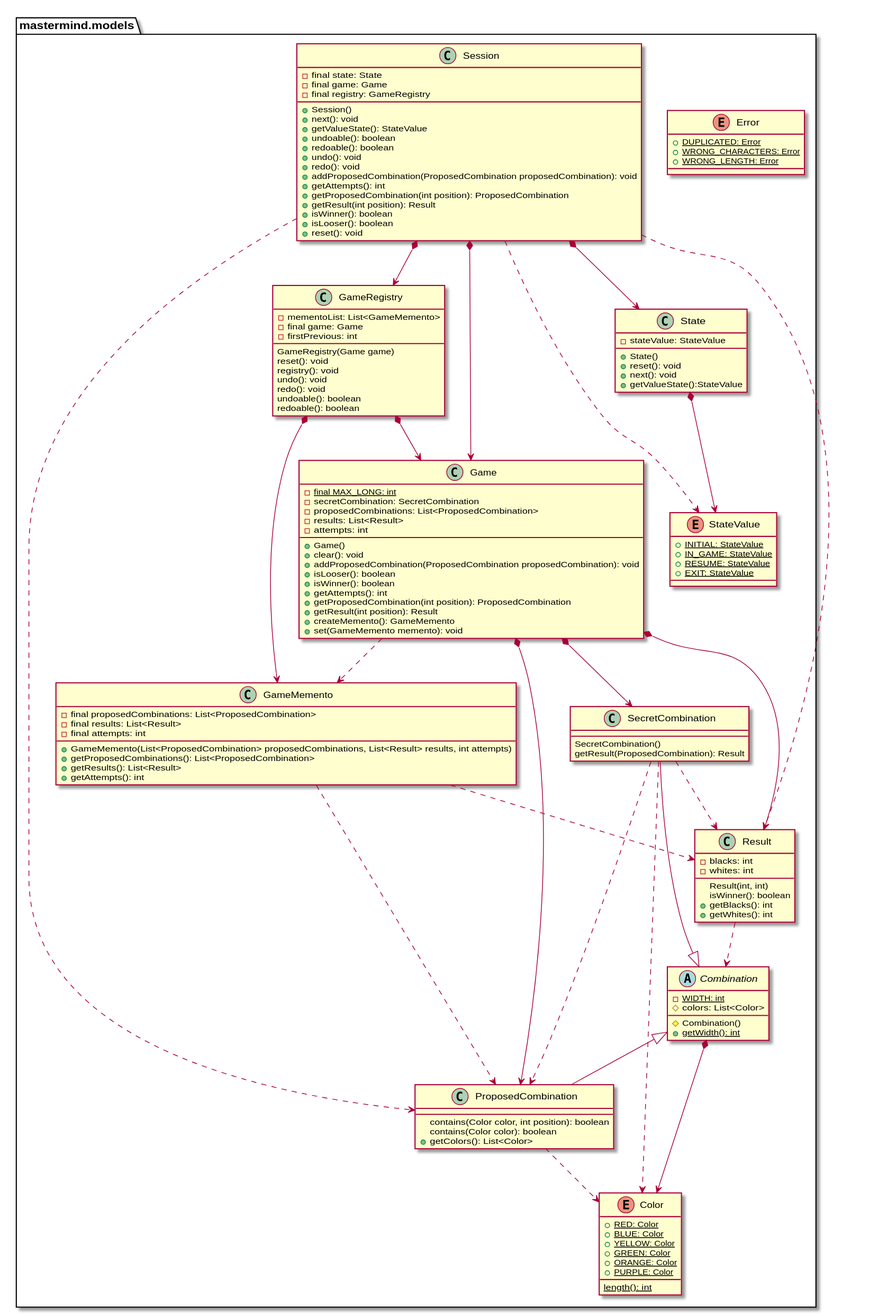
Before: docs/build/docs/asciidoc/images/paqueteMastermindModel.svg, a diagram exported from PlantUML (amartinm82/mastermind).
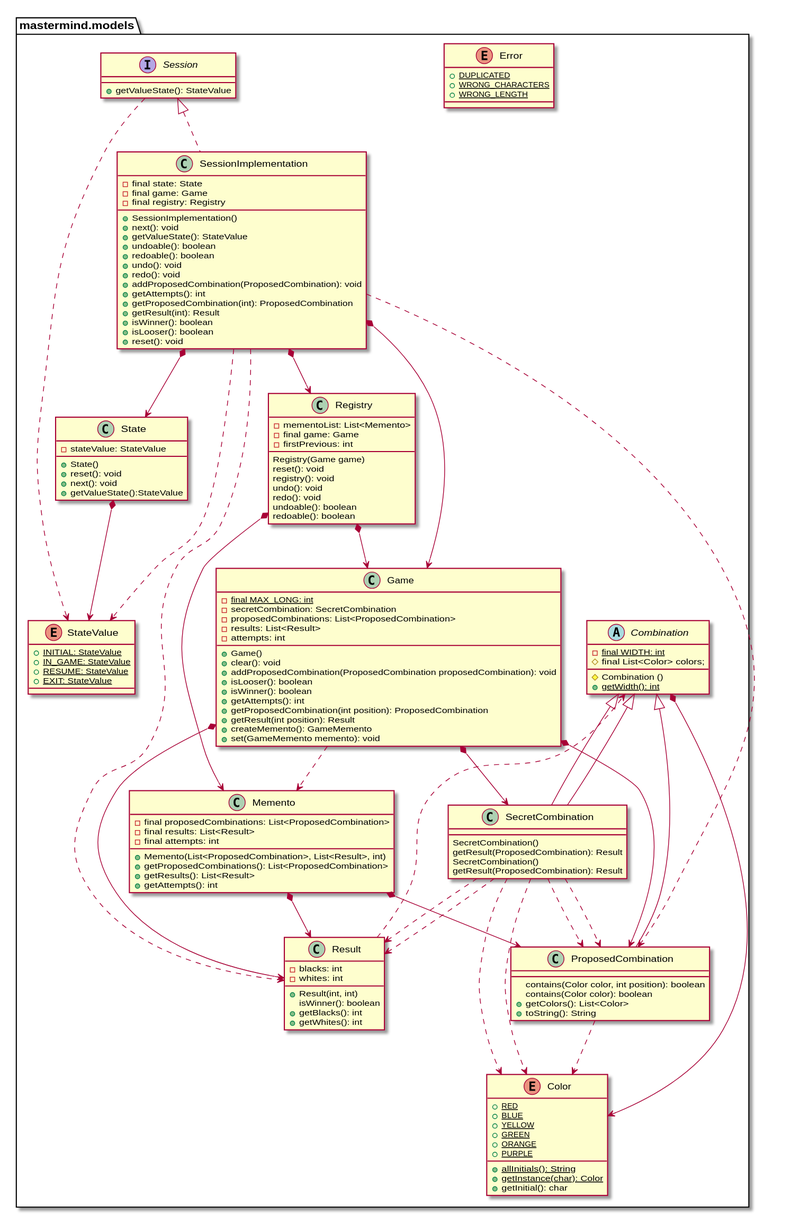
Above is the later version.

Diff of the diagram source:
```diff
@@ -1,155 +1,166 @@
 @startuml
 
-enum mastermind.models.Color{
-+ {static} RED: Color
-+ {static} BLUE: Color
-+ {static} YELLOW: Color
-+ {static} GREEN: Color
-+ {static} ORANGE: Color
-+ {static} PURPLE: Color
-{static} length(): int
+namespace mastermind.models {
+
+    enum Color {
+        {static} +RED
+        {static} +BLUE
+        {static} +YELLOW
+        {static} +GREEN
+        {static} +ORANGE
+        {static} +PURPLE
+        {static} +allInitials(): String
+        {static} +getInstance(char): Color
+        +getInitial(): char
+    }
+
+    abstract class Combination {
+        - {static} final WIDTH: int
+        # final List<Color> colors;
+
+        # Combination ()
+        + {static} getWidth(): int
+    }
+    Combination *--> Color
+
+    enum Error {
+        {static} +DUPLICATED
+        {static} +WRONG_CHARACTERS
+        {static} +WRONG_LENGTH
+    }
+
+    class  Game{
+        - {static} final MAX_LONG: int
+        - secretCombination: SecretCombination
+        - proposedCombinations: List<ProposedCombination>
+        - results: List<Result>
+        - attempts: int
+        + Game()
+        + clear(): void
+        + addProposedCombination(ProposedCombination proposedCombination): void
+        + isLooser(): boolean
+        + isWinner(): boolean
+        + getAttempts(): int
+        + getProposedCombination(int position): ProposedCombination
+        + getResult(int position): Result
+        + createMemento(): GameMemento
+        + set(GameMemento memento): void
+    }
+    Game *-down-> SecretCombination
+    Game *-down-> Result
+    Game *-down-> ProposedCombination
+    Game .down.> Memento
+
+    class Memento {
+        - final proposedCombinations: List<ProposedCombination>
+        - final results: List<Result>
+        - final attempts: int
+
+        +Memento(List<ProposedCombination>, List<Result>, int)
+        +getProposedCombinations(): List<ProposedCombination>
+        +getResults(): List<Result>
+        +getAttempts(): int
+    }
+    Memento *-down-> Result
+    Memento *-down-> ProposedCombination
+
+    class ProposedCombination extends Combination {
+        contains(Color color, int position): boolean
+        contains(Color color): boolean
+        + getColors(): List<Color>
+        + toString(): String
+    }
+    ProposedCombination .down.> Color
+
+    class Registry {
+        - mementoList: List<Memento>
+        - final game: Game
+        - firstPrevious: int
+
+        Registry(Game game)
+        reset(): void
+        registry(): void
+        undo(): void
+        redo(): void
+        undoable(): boolean
+        redoable(): boolean
+    }
+    Registry *--> Memento
+    Registry *--> Game
+
+    class mastermind.models.Result{
+        - blacks: int
+        - whites: int
+        + Result(int, int)
+        isWinner(): boolean
+        + getBlacks(): int
+        + getWhites(): int
+    }
+    Result .down.> Combination
+
+    class SecretCombination extends Combination{
+        SecretCombination()
+        getResult(ProposedCombination): Result
+    }
+    SecretCombination .down.> Result
+    SecretCombination .down.> ProposedCombination
+    SecretCombination .down.> Color
+
+    interface Session {
+        + getValueState(): StateValue
+    }
+    Session ..> StateValue
+
+    class SessionImplementation implements Session{
+        - final state: State
+        - final game: Game
+        - final registry: Registry
+
+        + SessionImplementation()
+        +next(): void
+        +getValueState(): StateValue
+        +undoable(): boolean
+        +redoable(): boolean
+        +undo(): void
+        +redo(): void
+        +addProposedCombination(ProposedCombination): void
+        +getAttempts(): int
+        +getProposedCombination(int): ProposedCombination
+        +getResult(int): Result
+        +isWinner(): boolean
+        +isLooser(): boolean
+        +reset(): void
+    }
+    SessionImplementation *--> State
+    SessionImplementation *--> Game
+    SessionImplementation *--> Registry
+    SessionImplementation ..> StateValue
+    SessionImplementation ..> ProposedCombination
+    SessionImplementation ..> Result
+
+    class mastermind.models.State {
+        - stateValue: StateValue
+        + State()
+        + reset(): void
+        + next(): void
+        + getValueState():StateValue
+    }
+    State *-down-> StateValue
+
+    enum mastermind.models.StateValue {
+        + {static} INITIAL: StateValue
+        + {static} IN_GAME: StateValue
+        + {static} RESUME: StateValue
+        + {static} EXIT: StateValue
+    }
+
+    class  SecretCombination extends Combination{
+        SecretCombination()
+        getResult(ProposedCombination): Result
+    }
+    SecretCombination .down.> Result
+    SecretCombination .down.> ProposedCombination
+    SecretCombination .down.> Color
+
 }
-
-class  mastermind.models.Game{
-- {static} final MAX_LONG: int
-- secretCombination: SecretCombination
-- proposedCombinations: List<ProposedCombination>
-- results: List<Result>
-- attempts: int
-+ Game()
-+ clear(): void
-+ addProposedCombination(ProposedCombination proposedCombination): void
-+ isLooser(): boolean
-+ isWinner(): boolean
-+ getAttempts(): int
-+ getProposedCombination(int position): ProposedCombination
-+ getResult(int position): Result
-+ createMemento(): GameMemento
-+ set(GameMemento memento): void
-}
-mastermind.models.Game *-down-> mastermind.models.SecretCombination
-mastermind.models.Game *-down-> mastermind.models.Result
-mastermind.models.Game *-down-> mastermind.models.ProposedCombination
-mastermind.models.Game .down.> mastermind.models.GameMemento
-
-class  mastermind.models.ProposedCombination extends mastermind.models.Combination {
-contains(Color color, int position): boolean
-contains(Color color): boolean
-+ getColors(): List<Color>
-}
-
-mastermind.models.ProposedCombination .down.> mastermind.models.Color
-
-class mastermind.models.Result{
-- blacks: int
-- whites: int
-Result(int, int)
-isWinner(): boolean
-+ getBlacks(): int
-+ getWhites(): int
-}
-
-mastermind.models.Result .down.> mastermind.models.Combination
-
-class  mastermind.models.SecretCombination extends mastermind.models.Combination{
-SecretCombination()
-getResult(ProposedCombination): Result
-}
-
-mastermind.models.SecretCombination .down.> mastermind.models.Result
-mastermind.models.SecretCombination .down.> mastermind.models.ProposedCombination
-mastermind.models.SecretCombination .down.> mastermind.models.Color
-
-abstract class mastermind.models.Combination{
-- {static} WIDTH: int
-# colors: List<Color>
-# Combination()
-+ {static} getWidth(): int
-}
-mastermind.models.Combination *-down-> mastermind.models.Color
-
-class mastermind.models.State {
-- stateValue: StateValue
-+ State()
-+ reset(): void
-+ next(): void
-+ getValueState():StateValue
-}
-
-mastermind.models.State *-down-> mastermind.models.StateValue
-
-enum mastermind.models.StateValue {
-+ {static} INITIAL: StateValue
-+ {static} IN_GAME: StateValue
-+ {static} RESUME: StateValue
-+ {static} EXIT: StateValue
-}
-
-enum mastermind.models.Error{
-+ {static} DUPLICATED: Error
-+ {static} WRONG_CHARACTERS: Error
-+ {static} WRONG_LENGTH: Error
-}
-
-class mastermind.models.GameMemento {
-
-- final proposedCombinations: List<ProposedCombination>
-- final results: List<Result>
-- final attempts: int
-
-+ GameMemento(List<ProposedCombination> proposedCombinations, List<Result> results, int attempts)
-+ getProposedCombinations(): List<ProposedCombination>
-+ getResults(): List<Result>
-+ getAttempts(): int
-}
-
-mastermind.models.GameMemento .down.> mastermind.models.ProposedCombination
-mastermind.models.GameMemento .down.> mastermind.models.Result
-
-class mastermind.models.GameRegistry {
-
-- mementoList: List<GameMemento>
-- final game: Game
-- firstPrevious: int
-
-GameRegistry(Game game)
-reset(): void
-registry(): void
-undo(): void
-redo(): void
-undoable(): boolean
-redoable(): boolean
-}
-
-mastermind.models.GameRegistry *-down-> mastermind.models.GameMemento
-mastermind.models.GameRegistry *-down-> mastermind.models.Game
-
-class mastermind.models.Session {
-
-- final state: State
-- final game: Game
-- final registry: GameRegistry
-
-+ Session()
-+ next(): void
-+ getValueState(): StateValue
-+ undoable(): boolean
-+ redoable(): boolean
-+ undo(): void
-+ redo(): void
-+ addProposedCombination(ProposedCombination proposedCombination): void
-+ getAttempts(): int
-+ getProposedCombination(int position): ProposedCombination
-+ getResult(int position): Result
-+ isWinner(): boolean
-+ isLooser(): boolean
-+ reset(): void
-}
-
-mastermind.models.Session *-down-> mastermind.models.State
-mastermind.models.Session *-down-> mastermind.models.Game
-mastermind.models.Session *-down-> mastermind.models.GameRegistry
-mastermind.models.Session .down.> mastermind.models.StateValue
-mastermind.models.Session .down.> mastermind.models.ProposedCombination
-mastermind.models.Session .down.> mastermind.models.Result
 @enduml
```
